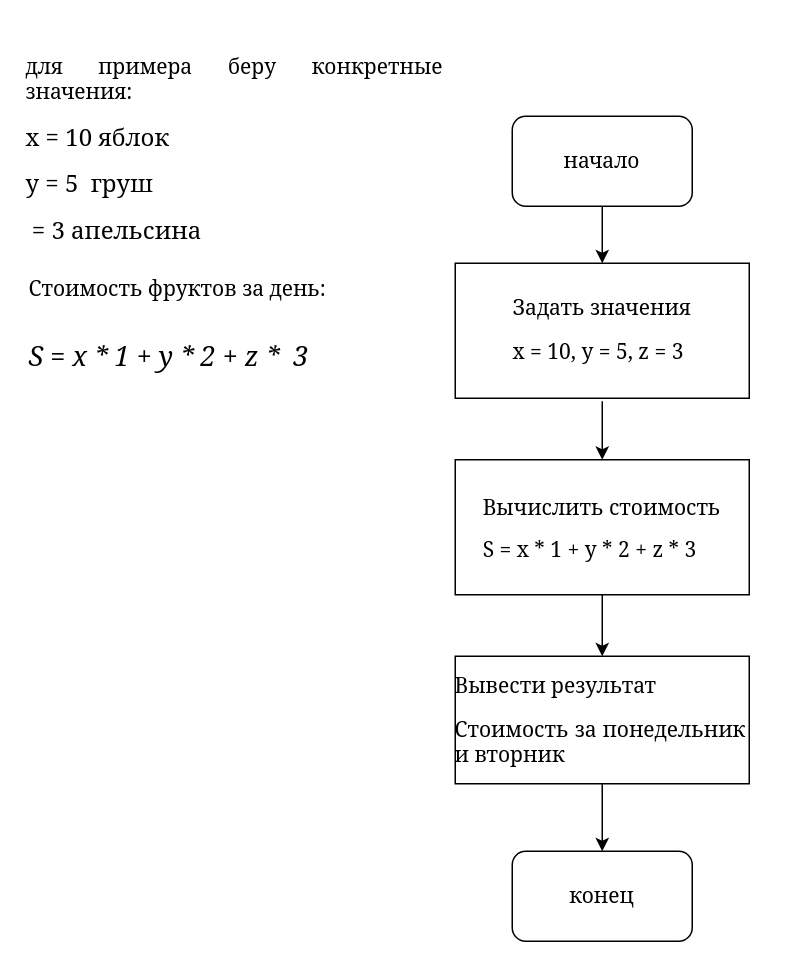
Before: 21вариантСхема.drawio in Poskras/Laba2, a draw.io diagram. Source tidied: cells renumbered, new cells numbered last; positions are measured from the earlier drawing's top-left corner, leaving out a move shared by most shapes. Both pictures are drawn from the tidied source at 150%, with x=0, y=0 at pixel (26, 26).
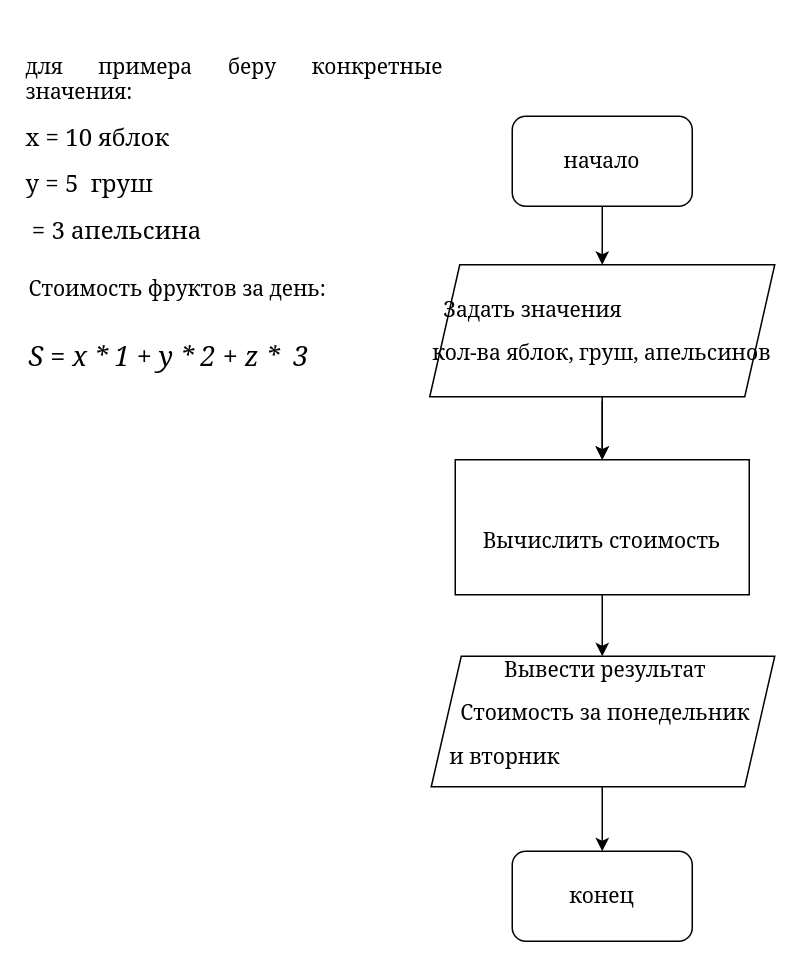
The same page after the edit.

The edit, as a diff of the source:
```diff
@@
 <mxGraphModel>
   <root>
     <mxCell id="0" />
     <mxCell id="1" parent="0" />
     <mxCell id="2" value="&lt;div style=&quot;text-align: justify;&quot;&gt;&lt;span style=&quot;font-size: 14px; font-family: Georgia; background-color: transparent; color: light-dark(rgb(0, 0, 0), rgb(255, 255, 255));&quot;&gt;начало&lt;/span&gt;&lt;/div&gt;" style="rounded=1;whiteSpace=wrap;html=1;" parent="1" vertex="1">
       <mxGeometry x="324" y="60" width="120" height="60" as="geometry" />
     </mxCell>
-    <mxCell id="3" value="&lt;div style=&quot;text-align: justify;&quot;&gt;&lt;br&gt;&lt;/div&gt;&lt;p style=&quot;text-align: justify;&quot;&gt;&lt;span&gt;&lt;font face=&quot;Georgia&quot; style=&quot;font-size: 14px;&quot;&gt;Задать значения&lt;/font&gt;&lt;/span&gt;&lt;/p&gt;&lt;p style=&quot;text-align: justify;&quot;&gt;&lt;code&gt;&lt;font face=&quot;Georgia&quot; style=&quot;font-size: 14px;&quot;&gt;x = 10, y = 5, z = 3&lt;/font&gt;&lt;/code&gt;&lt;/p&gt;&lt;div style=&quot;text-align: justify;&quot;&gt;&lt;br&gt;&lt;/div&gt;" style="rounded=0;whiteSpace=wrap;html=1;" parent="1" vertex="1">
-      <mxGeometry x="286" y="158" width="196" height="90" as="geometry" />
-    </mxCell>
-    <mxCell id="4" value="&lt;div style=&quot;text-align: justify;&quot;&gt;&lt;font style=&quot;font-size: 14px;&quot;&gt;&lt;br&gt;&lt;/font&gt;&lt;/div&gt;&lt;p style=&quot;text-align: justify;&quot;&gt;&lt;span&gt;&lt;font face=&quot;Georgia&quot; style=&quot;font-size: 14px;&quot;&gt;&lt;span&gt;Вычислить &lt;/span&gt;&lt;span&gt;стоимость&lt;/span&gt;&lt;/font&gt;&lt;/span&gt;&lt;/p&gt;&lt;p style=&quot;text-align: justify;&quot;&gt;&lt;code&gt;&lt;font face=&quot;Georgia&quot; style=&quot;font-size: 14px;&quot;&gt;&lt;span&gt;S &lt;/span&gt;&lt;span&gt;= &lt;/span&gt;&lt;span&gt;x &lt;/span&gt;&lt;span&gt;* &lt;/span&gt;&lt;span&gt;1 &lt;/span&gt;&lt;span&gt;+ &lt;/span&gt;&lt;span&gt;y &lt;/span&gt;&lt;span&gt;* &lt;/span&gt;&lt;span&gt;2 &lt;/span&gt;&lt;span&gt;+ &lt;/span&gt;&lt;span&gt;z &lt;/span&gt;&lt;span&gt;* &lt;/span&gt;&lt;span&gt;3&lt;/span&gt;&lt;/font&gt;&lt;/code&gt;&lt;/p&gt;&lt;div style=&quot;text-align: justify;&quot;&gt;&lt;br&gt;&lt;/div&gt;" style="rounded=0;whiteSpace=wrap;html=1;" parent="1" vertex="1">
+    <mxCell id="4" value="&lt;div style=&quot;text-align: justify;&quot;&gt;&lt;font style=&quot;font-size: 14px;&quot;&gt;&lt;br&gt;&lt;/font&gt;&lt;/div&gt;&lt;p style=&quot;text-align: justify;&quot;&gt;&lt;span&gt;&lt;font face=&quot;Georgia&quot; style=&quot;font-size: 14px;&quot;&gt;&lt;span&gt;Вычислить &lt;/span&gt;&lt;span&gt;стоимость&lt;/span&gt;&lt;/font&gt;&lt;/span&gt;&lt;/p&gt;" style="rounded=0;whiteSpace=wrap;html=1;" parent="1" vertex="1">
       <mxGeometry x="286" y="289" width="196" height="90" as="geometry" />
     </mxCell>
-    <mxCell id="5" value="&lt;div style=&quot;text-align: justify;&quot;&gt;&lt;br&gt;&lt;/div&gt;&lt;p style=&quot;text-align: justify;&quot;&gt;&lt;span&gt;&lt;font style=&quot;font-size: 14px;&quot; face=&quot;Georgia&quot;&gt;Вывести результат&lt;/font&gt;&lt;/span&gt;&lt;/p&gt;&lt;p style=&quot;text-align: justify;&quot;&gt;&lt;font style=&quot;font-size: 14px;&quot; face=&quot;Georgia&quot;&gt;Стоимость за понедельник и вторник&lt;/font&gt;&lt;/p&gt;&lt;div style=&quot;text-align: justify;&quot;&gt;&lt;br&gt;&lt;/div&gt;" style="rounded=0;whiteSpace=wrap;html=1;align=right;" parent="1" vertex="1">
-      <mxGeometry x="286" y="420" width="196" height="85" as="geometry" />
-    </mxCell>
     <mxCell id="6" value="&lt;p style=&quot;text-align: justify;&quot;&gt;&lt;font style=&quot;font-size: 14px;&quot; face=&quot;Georgia&quot;&gt;&lt;span&gt;для&amp;nbsp;&lt;/span&gt;&lt;span&gt;примера &lt;/span&gt;&lt;span&gt;беру&amp;nbsp;&lt;/span&gt;&lt;span&gt;конкретные &lt;/span&gt;&lt;span&gt;значения:&lt;/span&gt;&lt;/font&gt;&lt;/p&gt;&lt;p style=&quot;text-align: justify;&quot;&gt;&lt;font size=&quot;3&quot; face=&quot;Georgia&quot;&gt;&lt;span style=&quot;background-color: transparent; color: light-dark(rgb(0, 0, 0), rgb(255, 255, 255));&quot;&gt;x = 10&lt;/span&gt;&lt;span style=&quot;background-color: transparent; color: light-dark(rgb(0, 0, 0), rgb(255, 255, 255));&quot;&gt;&amp;nbsp;&lt;/span&gt;&lt;span style=&quot;background-color: transparent; color: light-dark(rgb(0, 0, 0), rgb(255, 255, 255));&quot;&gt;яблок&lt;/span&gt;&lt;/font&gt;&lt;/p&gt;&lt;p style=&quot;text-align: justify;&quot;&gt;&lt;font size=&quot;3&quot; face=&quot;Georgia&quot;&gt;&lt;span style=&quot;background-color: transparent; color: light-dark(rgb(0, 0, 0), rgb(255, 255, 255));&quot;&gt;y = 5&amp;nbsp;&amp;nbsp;&lt;/span&gt;&lt;span style=&quot;background-color: transparent; color: light-dark(rgb(0, 0, 0), rgb(255, 255, 255));&quot;&gt;груш&lt;/span&gt;&lt;/font&gt;&lt;/p&gt;&lt;p style=&quot;text-align: justify;&quot;&gt;&lt;font size=&quot;3&quot; face=&quot;Georgia&quot;&gt;&lt;span style=&quot;background-color: transparent; color: light-dark(rgb(0, 0, 0), rgb(255, 255, 255));&quot;&gt;&amp;nbsp;= 3&lt;/span&gt;&lt;span style=&quot;background-color: transparent; color: light-dark(rgb(0, 0, 0), rgb(255, 255, 255));&quot;&gt;&amp;nbsp;&lt;/span&gt;&lt;span style=&quot;background-color: transparent; color: light-dark(rgb(0, 0, 0), rgb(255, 255, 255));&quot;&gt;апельсина&lt;/span&gt;&lt;/font&gt;&lt;/p&gt;" style="text;whiteSpace=wrap;html=1;align=right;" parent="1" vertex="1">
       <mxGeometry width="280" height="140" as="geometry" />
     </mxCell>
     <mxCell id="7" value="&lt;p&gt;&lt;font face=&quot;Georgia&quot; style=&quot;font-size: 14px;&quot;&gt;&lt;span&gt;Стоимость &lt;/span&gt;&lt;span&gt;фруктов &lt;/span&gt;&lt;span&gt;за &lt;/span&gt;&lt;span&gt;день:&lt;/span&gt;&lt;/font&gt;&lt;/p&gt;&lt;div&gt;&lt;span&gt;&lt;font face=&quot;Georgia&quot;&gt;&lt;br&gt;&lt;i style=&quot;&quot;&gt;&lt;font style=&quot;font-size: 18px;&quot;&gt;S = x * 1 + y * 2 + z *&amp;nbsp; 3&lt;/font&gt;&lt;br&gt;&lt;/i&gt;&lt;br&gt;&lt;/font&gt;&lt;/span&gt;&lt;/div&gt;" style="text;whiteSpace=wrap;html=1;" parent="1" vertex="1">
       <mxGeometry y="148" width="220" height="110" as="geometry" />
     </mxCell>
     <mxCell id="8" value="&lt;div style=&quot;text-align: justify;&quot;&gt;&lt;span style=&quot;font-size: 14px; background-color: transparent; color: light-dark(rgb(0, 0, 0), rgb(255, 255, 255));&quot;&gt;&lt;font face=&quot;Georgia&quot;&gt;конец&lt;/font&gt;&lt;/span&gt;&lt;/div&gt;" style="rounded=1;whiteSpace=wrap;html=1;" parent="1" vertex="1">
       <mxGeometry x="324" y="550" width="120" height="60" as="geometry" />
     </mxCell>
-    <mxCell id="9" style="endArrow=classic;html=1;rounded=0;" parent="1" edge="1" target="3">
+    <mxCell id="9" style="endArrow=classic;html=1;rounded=0;entryX=0.5;entryY=0;entryDx=0;entryDy=0;" parent="1" edge="1" target="14">
       <mxGeometry relative="1" as="geometry">
         <mxPoint x="384" y="120" as="sourcePoint" />
       </mxGeometry>
     </mxCell>
     <mxCell id="10" style="endArrow=classic;html=1;rounded=0;" parent="1" edge="1" target="4">
       <mxGeometry relative="1" as="geometry">
         <mxPoint x="384" y="250" as="sourcePoint" />
       </mxGeometry>
     </mxCell>
-    <mxCell id="11" style="endArrow=classic;html=1;rounded=0;entryX=0.5;entryY=0;entryDx=0;entryDy=0;" parent="1" edge="1" target="5">
+    <mxCell id="11" style="endArrow=classic;html=1;rounded=0;entryX=0.5;entryY=0;entryDx=0;entryDy=0;" parent="1" edge="1">
       <mxGeometry relative="1" as="geometry">
         <mxPoint x="384" y="379" as="sourcePoint" />
+        <mxPoint x="384" y="420" as="targetPoint" />
       </mxGeometry>
     </mxCell>
     <mxCell id="12" style="endArrow=classic;html=1;rounded=0;entryX=0.5;entryY=0;entryDx=0;entryDy=0;" parent="1" edge="1" target="8">
       <mxGeometry relative="1" as="geometry">
         <mxPoint x="384" y="505" as="sourcePoint" />
       </mxGeometry>
     </mxCell>
+    <mxCell id="13" style="edgeStyle=orthogonalEdgeStyle;rounded=0;jettySize=auto;html=1;" parent="1" edge="1" source="14" target="4">
+      <mxGeometry relative="1" as="geometry" />
+    </mxCell>
+    <mxCell id="14" value="&lt;div&gt;&lt;br&gt;&lt;/div&gt;&lt;div&gt;&lt;p style=&quot;text-align: justify;&quot;&gt;&lt;font style=&quot;font-size: 14px;&quot; face=&quot;Georgia&quot;&gt;&amp;nbsp; Задать значения&lt;/font&gt;&lt;/p&gt;&lt;p style=&quot;text-align: justify;&quot;&gt;&lt;font face=&quot;Georgia&quot;&gt;&lt;span style=&quot;font-size: 14px;&quot;&gt;кол-ва яблок, груш, апельсинов&lt;/span&gt;&lt;/font&gt;&lt;/p&gt;&lt;div style=&quot;text-align: justify;&quot;&gt;&lt;br&gt;&lt;/div&gt;&lt;/div&gt;" style="shape=parallelogram;perimeter=parallelogramPerimeter;whiteSpace=wrap;html=1;fixedSize=1;" parent="1" vertex="1">
+      <mxGeometry x="269" y="159" width="230" height="88" as="geometry" />
+    </mxCell>
+    <mxCell id="5" value="&lt;br&gt;&lt;p style=&quot;forced-color-adjust: none; text-align: justify;&quot;&gt;&lt;span style=&quot;forced-color-adjust: none;&quot;&gt;&lt;font style=&quot;forced-color-adjust: none; font-size: 14px;&quot; face=&quot;Georgia&quot;&gt;&lt;br class=&quot;Apple-interchange-newline&quot;&gt;&amp;nbsp; &amp;nbsp; &amp;nbsp; &amp;nbsp; &amp;nbsp; Вывести результат&lt;/font&gt;&lt;/span&gt;&lt;/p&gt;&lt;p style=&quot;forced-color-adjust: none; text-align: justify;&quot;&gt;&lt;font style=&quot;forced-color-adjust: none; font-size: 14px;&quot; face=&quot;Georgia&quot;&gt;&amp;nbsp; Стоимость за понедельник&amp;nbsp;&lt;/font&gt;&lt;/p&gt;&lt;p style=&quot;forced-color-adjust: none; text-align: justify;&quot;&gt;&lt;font style=&quot;forced-color-adjust: none; font-size: 14px;&quot; face=&quot;Georgia&quot;&gt;и вторник&lt;/font&gt;&lt;/p&gt;&lt;div style=&quot;forced-color-adjust: none; text-align: justify;&quot;&gt;&lt;br style=&quot;forced-color-adjust: none; color: rgb(0, 0, 0); font-family: Helvetica; font-size: 12px; font-style: normal; font-variant-ligatures: normal; font-variant-caps: normal; font-weight: 400; letter-spacing: normal; orphans: 2; text-align: justify; text-indent: 0px; text-transform: none; widows: 2; word-spacing: 0px; -webkit-text-stroke-width: 0px; white-space: normal; background-color: rgb(251, 251, 251); text-decoration-thickness: initial; text-decoration-style: initial; text-decoration-color: initial;&quot;&gt;&lt;br&gt;&lt;br&gt;&lt;/div&gt;" style="shape=parallelogram;perimeter=parallelogramPerimeter;whiteSpace=wrap;html=1;fixedSize=1;" parent="1" vertex="1">
+      <mxGeometry x="270" y="420" width="229" height="87" as="geometry" />
+    </mxCell>
   </root>
 </mxGraphModel>
```
